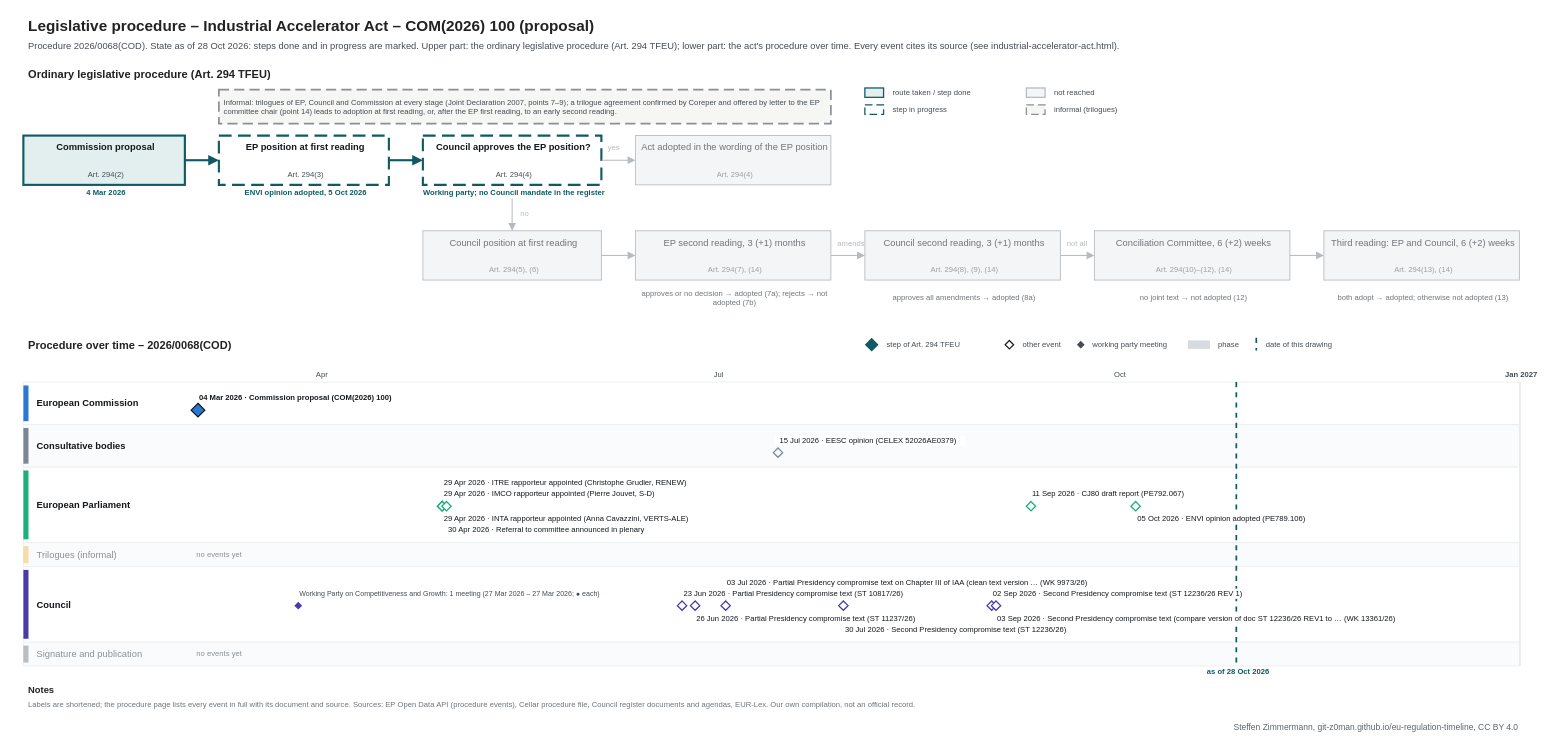
git-z0man/eu-regulation-timeline keeps this draw.io diagram as procedures/industrial-accelerator-act.drawio. Above is the earlier version. Source tidied: cells renumbered, new cells numbered last; positions are measured from the earlier drawing's top-left corner, leaving out a move shared by most shapes. Both pictures are drawn from the tidied source at 85%, with x=0, y=0 at pixel (14, 14).
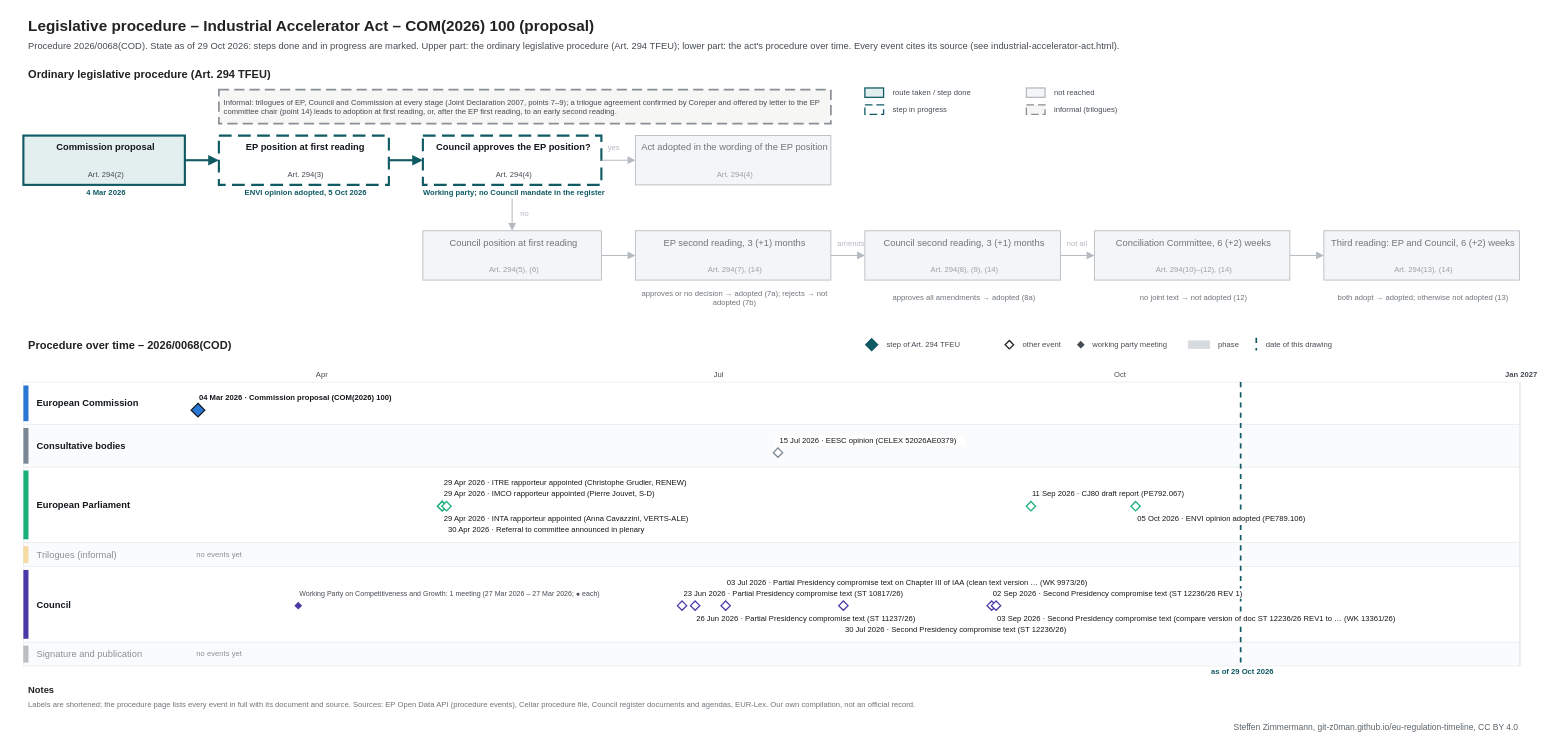
After the change.

Change to the diagram source:
```diff
@@
-    <mxCell id="3" value="Procedure 2026/0068(COD). State as of 28 Oct 2026: steps done and in progress are marked. Upper part: the ordinary legislative procedure (Art. 294 TFEU); lower part: the act's procedure over time. Every event cites its source (see industrial-accelerator-act.html)." style="text;html=1;fontSize=11;fontColor=#454c53;align=left;verticalAlign=middle;spacingLeft=4;" parent="1" vertex="1">
+    <mxCell id="3" value="Procedure 2026/0068(COD). State as of 29 Oct 2026: steps done and in progress are marked. Upper part: the ordinary legislative procedure (Art. 294 TFEU); lower part: the act's procedure over time. Every event cites its source (see industrial-accelerator-act.html)." style="text;html=1;fontSize=11;fontColor=#454c53;align=left;verticalAlign=middle;spacingLeft=4;" parent="1" vertex="1">
       <mxGeometry x="10" y="28" width="1700" height="18" as="geometry" />
     </mxCell>
@@
     <mxCell id="107" style="line;html=1;strokeWidth=2;strokeColor=#0f5a63;direction=south;dashed=1;" parent="1" vertex="1">
-      <mxGeometry x="1436.5" y="432" width="1" height="334" as="geometry" />
+      <mxGeometry x="1441.6" y="432" width="1" height="334" as="geometry" />
     </mxCell>
-    <mxCell id="108" value="as of 28 Oct 2026" style="text;html=1;fontSize=9;fontColor=#0f5a63;align=center;verticalAlign=middle;spacingLeft=4;fontStyle=1;" parent="1" vertex="1">
-      <mxGeometry x="1376.5" y="767" width="120" height="12" as="geometry" />
+    <mxCell id="108" value="as of 29 Oct 2026" style="text;html=1;fontSize=9;fontColor=#0f5a63;align=center;verticalAlign=middle;spacingLeft=4;fontStyle=1;" parent="1" vertex="1">
+      <mxGeometry x="1381.6" y="767" width="120" height="12" as="geometry" />
     </mxCell>
```
